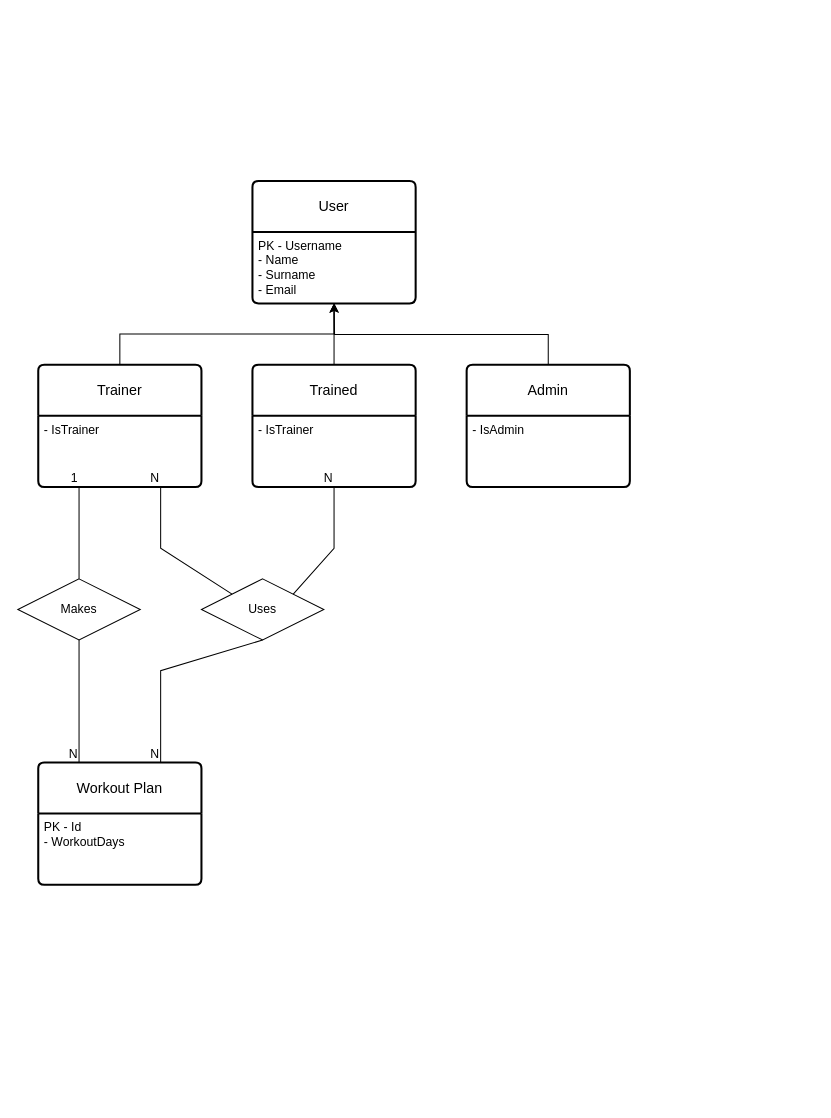
This is page "Page-1" (1 of 2) of Documentation/Database ER schema.drawio from Lewis-Peace/quick-training, a draw.io file, before an edit. Source tidied: cells renumbered, new cells numbered last; positions are measured from the earlier drawing's top-left corner, leaving out a move shared by most shapes. Both pictures are drawn from the tidied source at 102%, with x=0, y=0 at pixel (17, 181).
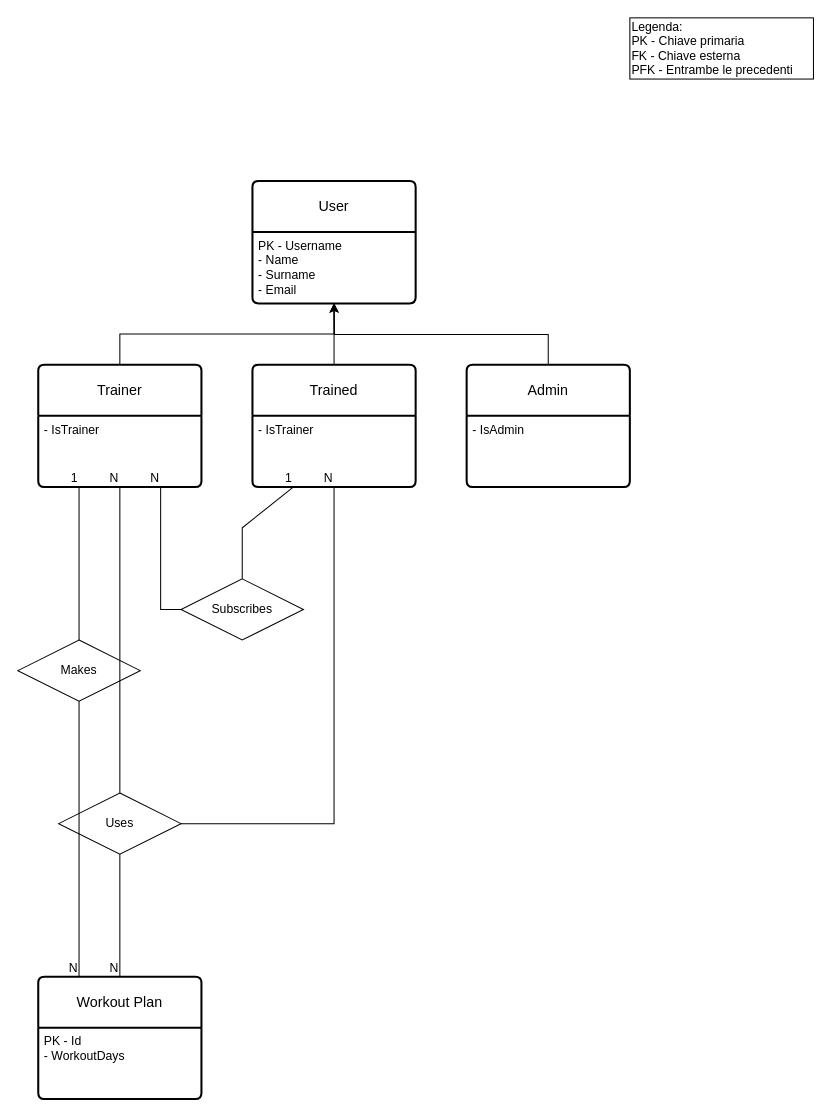
Above is the later version.

Unchanged cells that the change refers to:
```xml
<mxCell id="4" value="- IsTrainer" style="align=left;strokeColor=none;fillColor=none;spacingLeft=4;fontSize=12;verticalAlign=top;html=1;" parent="3" vertex="1">
  <mxGeometry y="50" width="160" height="70" as="geometry" />
</mxCell>
<mxCell id="7" value="- IsTrainer" style="align=left;strokeColor=none;fillColor=none;spacingLeft=4;fontSize=12;verticalAlign=top;html=1;" parent="6" vertex="1">
  <mxGeometry y="50" width="160" height="70" as="geometry" />
</mxCell>
```

Diff of the diagram source:
```diff
@@
     <mxCell id="13" value="Workout Plan" style="swimlane;horizontal=1;startSize=50;rounded=1;fontSize=14;fontStyle=0;strokeWidth=2;shadow=0;dashed=0;align=center;arcSize=4;whiteSpace=wrap;html=1;" parent="1" vertex="1">
-      <mxGeometry x="20" y="570" width="160" height="120" as="geometry" />
+      <mxGeometry x="20" y="780" width="160" height="120" as="geometry" />
     </mxCell>
@@
     <mxCell id="15" value="Makes" style="shape=rhombus;perimeter=rhombusPerimeter;whiteSpace=wrap;html=1;align=center;" parent="1" vertex="1">
-      <mxGeometry y="390" width="120" height="60" as="geometry" />
+      <mxGeometry y="450" width="120" height="60" as="geometry" />
     </mxCell>
     <mxCell id="16" value="Uses" style="shape=rhombus;perimeter=rhombusPerimeter;whiteSpace=wrap;html=1;align=center;" parent="1" vertex="1">
-      <mxGeometry x="180" y="390" width="120" height="60" as="geometry" />
+      <mxGeometry x="40" y="600" width="120" height="60" as="geometry" />
     </mxCell>
@@
-    <mxCell id="21" style="endArrow=none;html=1;rounded=0;exitX=0.5;exitY=1;exitDx=0;exitDy=0;entryX=0.75;entryY=0;entryDx=0;entryDy=0;" parent="1" edge="1" source="16" target="13">
-      <mxGeometry relative="1" as="geometry">
-        <Array as="points">
-          <mxPoint x="140" y="480" />
-        </Array>
-      </mxGeometry>
+    <mxCell id="21" style="endArrow=none;html=1;rounded=0;exitX=0.5;exitY=1;exitDx=0;exitDy=0;entryX=0.5;entryY=0;entryDx=0;entryDy=0;" parent="1" edge="1" source="16" target="13">
+      <mxGeometry relative="1" as="geometry" />
     </mxCell>
@@
-    <mxCell id="23" style="endArrow=none;html=1;rounded=0;exitX=0;exitY=0;exitDx=0;exitDy=0;entryX=0.75;entryY=1;entryDx=0;entryDy=0;" parent="1" edge="1" source="16" target="4">
-      <mxGeometry relative="1" as="geometry">
-        <Array as="points">
-          <mxPoint x="140" y="360" />
-        </Array>
-      </mxGeometry>
+    <mxCell id="23" style="endArrow=none;html=1;rounded=0;exitX=0.5;exitY=0;exitDx=0;exitDy=0;entryX=0.5;entryY=1;entryDx=0;entryDy=0;" parent="1" edge="1" source="16" target="4">
+      <mxGeometry relative="1" as="geometry" />
     </mxCell>
@@
-    <mxCell id="25" style="endArrow=none;html=1;rounded=0;exitX=1;exitY=0;exitDx=0;exitDy=0;entryX=0.5;entryY=1;entryDx=0;entryDy=0;" parent="1" edge="1" source="16" target="7">
+    <mxCell id="25" style="endArrow=none;html=1;rounded=0;exitX=1;exitY=0.5;exitDx=0;exitDy=0;entryX=0.5;entryY=1;entryDx=0;entryDy=0;" parent="1" edge="1" source="16" target="7">
       <mxGeometry relative="1" as="geometry">
         <Array as="points">
-          <mxPoint x="310" y="360" />
+          <mxPoint x="310" y="630" />
         </Array>
       </mxGeometry>
     </mxCell>
@@
+    <mxCell id="27" value="Legenda:&lt;br&gt;PK - Chiave primaria&lt;br&gt;FK - Chiave esterna&lt;br&gt;PFK - Entrambe le precedenti" style="rounded=0;whiteSpace=wrap;html=1;align=left;" parent="1" vertex="1">
+      <mxGeometry x="600" y="-160" width="180" height="60" as="geometry" />
+    </mxCell>
+    <mxCell id="28" value="Subscribes" style="shape=rhombus;perimeter=rhombusPerimeter;whiteSpace=wrap;html=1;align=center;" parent="1" vertex="1">
+      <mxGeometry x="160" y="390" width="120" height="60" as="geometry" />
+    </mxCell>
+    <mxCell id="29" style="endArrow=none;html=1;rounded=0;exitX=0;exitY=0.5;exitDx=0;exitDy=0;entryX=0.75;entryY=1;entryDx=0;entryDy=0;" parent="1" edge="1" source="28" target="4">
+      <mxGeometry relative="1" as="geometry">
+        <Array as="points">
+          <mxPoint x="140" y="420" />
+        </Array>
+      </mxGeometry>
+    </mxCell>
+    <mxCell id="30" value="N" style="html=1;whiteSpace=wrap;align=right;verticalAlign=bottom;" parent="29" vertex="1">
+      <mxGeometry x="1" relative="1" as="geometry" />
+    </mxCell>
+    <mxCell id="31" style="endArrow=none;html=1;rounded=0;exitX=0.5;exitY=0;exitDx=0;exitDy=0;entryX=0.25;entryY=1;entryDx=0;entryDy=0;" parent="1" edge="1" source="28" target="7">
+      <mxGeometry relative="1" as="geometry">
+        <Array as="points">
+          <mxPoint x="220" y="340" />
+        </Array>
+      </mxGeometry>
+    </mxCell>
+    <mxCell id="32" value="1" style="html=1;whiteSpace=wrap;align=right;verticalAlign=bottom;" parent="31" vertex="1">
+      <mxGeometry x="1" relative="1" as="geometry" />
+    </mxCell>
```
